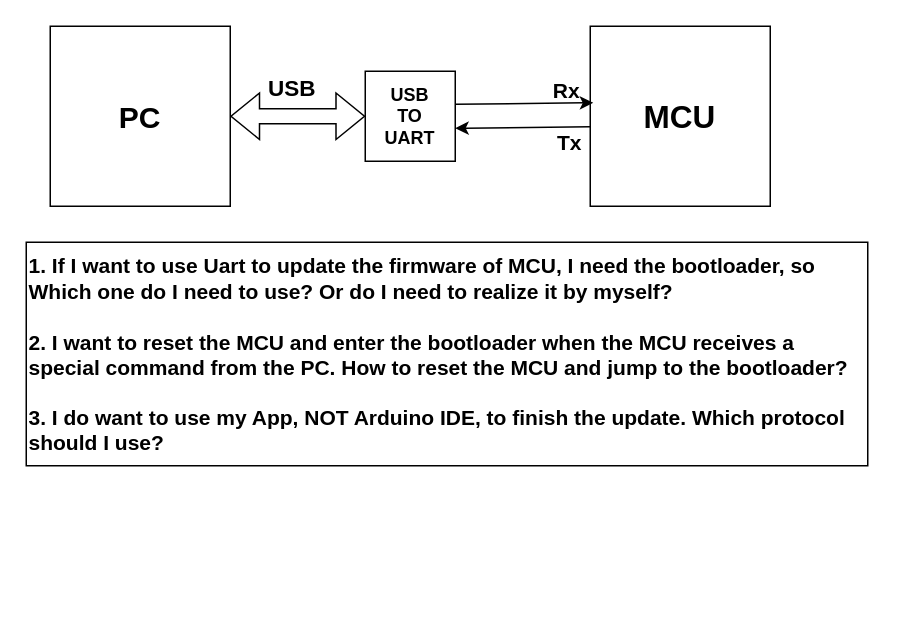
Before: Arduino_update_scheme.drawio in ShadowThree/drawing_draw_io, a draw.io diagram. Source tidied: cells renumbered, new cells numbered last; positions are measured from the earlier drawing's top-left corner, leaving out a move shared by most shapes. Both pictures are drawn from the tidied source at 150%, with x=0, y=0 at pixel (26, 26).
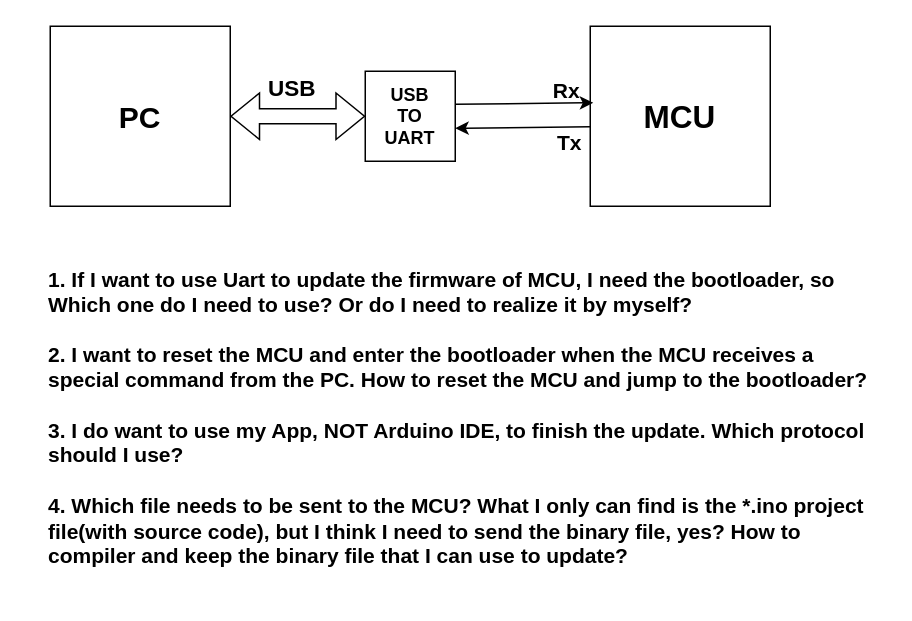
Above is the later version.

The edit, as a diff of the source:
```diff
@@
 <mxGraphModel>
   <root>
     <mxCell id="0" />
     <mxCell id="1" parent="0" />
     <mxCell id="2" value="&lt;b&gt;&lt;font style=&quot;font-size: 20px;&quot;&gt;PC&lt;/font&gt;&lt;/b&gt;" style="whiteSpace=wrap;html=1;" parent="1" vertex="1">
       <mxGeometry x="16" width="120" height="120" as="geometry" />
     </mxCell>
     <mxCell id="3" value="&lt;b&gt;USB &lt;br&gt;TO&lt;br&gt;UART&lt;/b&gt;" style="rounded=0;whiteSpace=wrap;html=1;" parent="1" vertex="1">
       <mxGeometry x="226" y="30" width="60" height="60" as="geometry" />
     </mxCell>
     <mxCell id="4" value="&lt;b&gt;&lt;font style=&quot;font-size: 21px;&quot;&gt;MCU&lt;/font&gt;&lt;/b&gt;" style="rounded=0;whiteSpace=wrap;html=1;" parent="1" vertex="1">
       <mxGeometry x="376" width="120" height="120" as="geometry" />
     </mxCell>
     <mxCell id="5" style="shape=flexArrow;endArrow=classic;startArrow=classic;html=1;rounded=0;entryX=0;entryY=0.5;entryDx=0;entryDy=0;" parent="1" edge="1" source="2" target="3">
       <mxGeometry relative="1" as="geometry" />
     </mxCell>
     <mxCell id="6" value="&lt;b&gt;&lt;font style=&quot;font-size: 15px;&quot;&gt;USB&lt;/font&gt;&lt;/b&gt;" style="edgeLabel;html=1;align=center;verticalAlign=middle;" parent="5" vertex="1">
       <mxGeometry x="-0.43" y="3" relative="1" as="geometry">
         <mxPoint x="14" y="-17" as="offset" />
       </mxGeometry>
     </mxCell>
     <mxCell id="7" style="endArrow=classic;html=1;rounded=0;exitX=1;exitY=0.25;exitDx=0;exitDy=0;entryX=0.017;entryY=0.367;entryDx=0;entryDy=0;entryPerimeter=0;" parent="1" edge="1">
       <mxGeometry relative="1" as="geometry">
         <mxPoint x="286" y="52" as="sourcePoint" />
         <mxPoint x="378" y="51" as="targetPoint" />
       </mxGeometry>
     </mxCell>
     <mxCell id="8" style="endArrow=classic;html=1;rounded=0;entryX=1;entryY=0.75;entryDx=0;entryDy=0;exitX=0;exitY=0.617;exitDx=0;exitDy=0;exitPerimeter=0;" parent="1" edge="1">
       <mxGeometry relative="1" as="geometry">
         <mxPoint x="376" y="67" as="sourcePoint" />
         <mxPoint x="286" y="68" as="targetPoint" />
       </mxGeometry>
     </mxCell>
     <mxCell id="9" value="&lt;b&gt;&lt;font style=&quot;font-size: 14px;&quot;&gt;Rx&lt;/font&gt;&lt;/b&gt;" style="text;html=1;align=center;verticalAlign=middle;strokeColor=none;fillColor=none;" parent="1" vertex="1">
       <mxGeometry x="340" y="28" width="40" height="30" as="geometry" />
     </mxCell>
     <mxCell id="10" value="&lt;b&gt;&lt;font style=&quot;font-size: 14px;&quot;&gt;Tx&lt;/font&gt;&lt;/b&gt;" style="text;html=1;align=center;verticalAlign=middle;strokeColor=none;fillColor=none;" parent="1" vertex="1">
       <mxGeometry x="342" y="63" width="40" height="30" as="geometry" />
     </mxCell>
-    <mxCell id="11" value="&lt;b style=&quot;font-size: 14px;&quot;&gt;1. If I want to use Uart to update the firmware of MCU, I need the bootloader, so Which one do I need to use? Or do I need to realize it by myself?&lt;br&gt;&lt;br&gt;2. I want to reset the MCU and enter the bootloader when the MCU receives a special command from the PC. How to reset the MCU and jump to the bootloader?&lt;br&gt;&lt;br&gt;3. I do want to use my App, NOT Arduino IDE, to finish the update. Which protocol should I use?&lt;/b&gt;" style="rounded=0;whiteSpace=wrap;html=1;align=left;" parent="1" vertex="1">
-      <mxGeometry y="144" width="561" height="149" as="geometry" />
+    <mxCell id="11" value="&lt;b style=&quot;font-size: 14px;&quot;&gt;1. If I want to use Uart to update the firmware of MCU, I need the bootloader, so Which one do I need to use? Or do I need to realize it by myself?&lt;br&gt;&lt;br&gt;2. I want to reset the MCU and enter the bootloader when the MCU receives a special command from the PC. How to reset the MCU and jump to the bootloader?&lt;br&gt;&lt;br&gt;3. I do want to use my App, NOT Arduino IDE, to finish the update. Which protocol should I use?&lt;br&gt;&lt;br&gt;4. Which file needs to be sent to the MCU? What I only can find is the *.ino project file(with source code), but I think I need to send the binary file, yes? How to compiler and keep the binary file that I can use to update?&lt;br&gt;&lt;/b&gt;" style="rounded=0;whiteSpace=wrap;html=1;align=left;strokeColor=none;" parent="1" vertex="1">
+      <mxGeometry x="13" y="143" width="561" height="236" as="geometry" />
     </mxCell>
   </root>
 </mxGraphModel>
```
